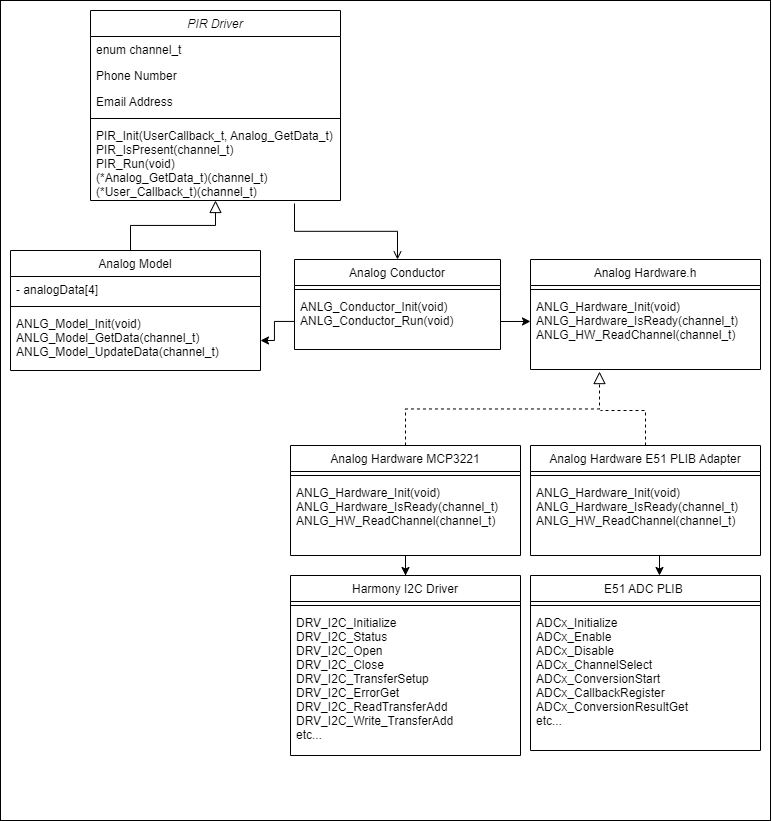
This is media/PirDriverUml.png from briantate/pir_presence, a draw.io export, as it was before one commit. Source tidied: cells renumbered, new cells last; positions are measured from the earlier drawing's top-left corner, leaving out a move shared by most shapes.
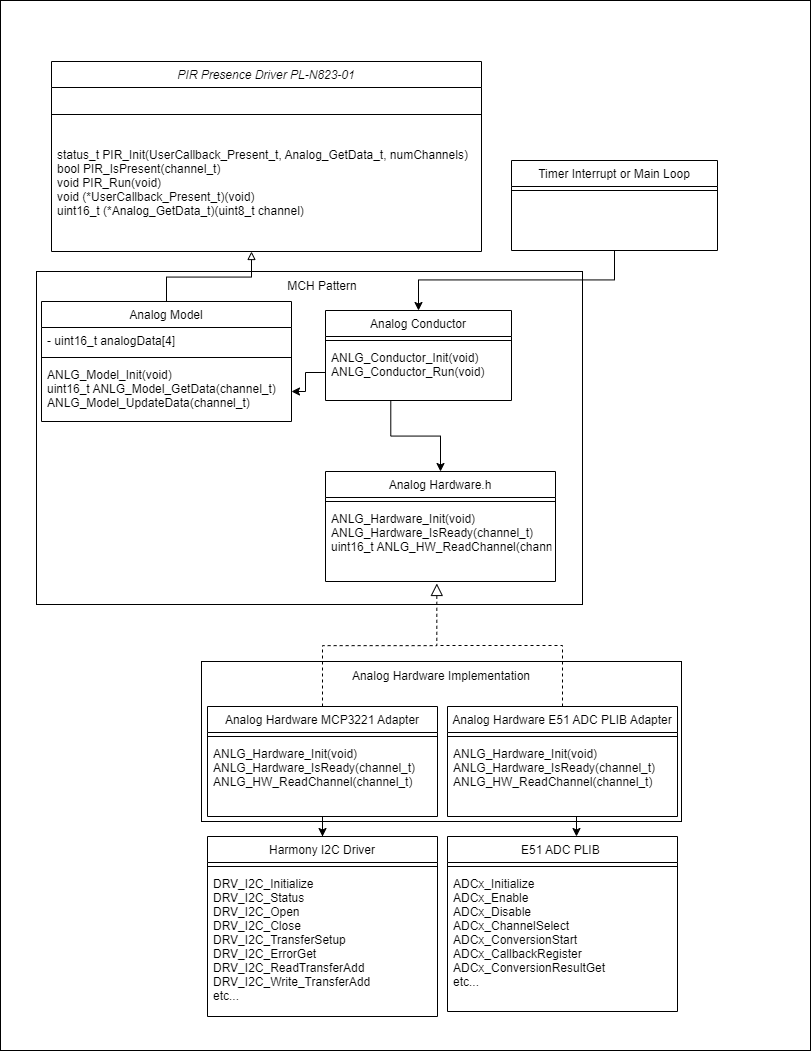
Later version of the same file.

The edit, as a diff of the source:
```diff
@@ -3,74 +3,66 @@
     <mxCell id="0" />
     <mxCell id="1" parent="0" />
     <mxCell id="2" style="rounded=0;whiteSpace=wrap;html=1;" parent="1" vertex="1">
-      <mxGeometry width="770" height="820" as="geometry" />
+      <mxGeometry x="-31" y="-51" width="810" height="1050" as="geometry" />
     </mxCell>
-    <mxCell id="3" value="PIR Driver" style="swimlane;fontStyle=2;align=center;verticalAlign=top;horizontal=1;startSize=26;rounded=0;shadow=0;strokeWidth=1;" parent="1" vertex="1">
-      <mxGeometry x="90" y="10" width="250" height="190" as="geometry" />
+    <mxCell id="3" value="PIR Presence Driver PL-N823-01" style="swimlane;fontStyle=2;align=center;verticalAlign=top;horizontal=1;startSize=26;rounded=0;shadow=0;strokeWidth=1;" parent="1" vertex="1">
+      <mxGeometry x="20" y="10" width="430" height="190" as="geometry" />
     </mxCell>
-    <mxCell id="4" value="enum channel_t" style="text;align=left;verticalAlign=top;spacingLeft=4;spacingRight=4;overflow=hidden;" parent="3" vertex="1">
-      <mxGeometry y="26" width="250" height="26" as="geometry" />
-    </mxCell>
-    <mxCell id="5" value="Phone Number" style="text;align=left;verticalAlign=top;spacingLeft=4;spacingRight=4;overflow=hidden;rounded=0;shadow=0;html=0;" parent="3" vertex="1">
-      <mxGeometry y="52" width="250" height="26" as="geometry" />
-    </mxCell>
-    <mxCell id="6" value="Email Address" style="text;align=left;verticalAlign=top;spacingLeft=4;spacingRight=4;overflow=hidden;rounded=0;shadow=0;html=0;" parent="3" vertex="1">
-      <mxGeometry y="78" width="250" height="26" as="geometry" />
-    </mxCell>
     <mxCell id="7" style="line;html=1;strokeWidth=1;align=left;verticalAlign=middle;spacingTop=-1;spacingLeft=3;spacingRight=3;labelPosition=right;" parent="3" vertex="1">
-      <mxGeometry y="104" width="250" height="8" as="geometry" />
+      <mxGeometry y="26" width="430" height="54" as="geometry" />
     </mxCell>
-    <mxCell id="8" value="PIR_Init(UserCallback_t, Analog_GetData_t)&#10;PIR_IsPresent(channel_t)&#10;PIR_Run(void)&#10;(*Analog_GetData_t)(channel_t)&#10;(*User_Callback_t)(channel_t)" style="text;align=left;verticalAlign=top;spacingLeft=4;spacingRight=4;overflow=hidden;points=[[0,0.5],[1,0.5]];portConstraint=eastwest;" parent="3" vertex="1">
-      <mxGeometry y="112" width="250" height="78" as="geometry" />
+    <mxCell id="8" value="status_t PIR_Init(UserCallback_Present_t, Analog_GetData_t, numChannels)&#10;bool PIR_IsPresent(channel_t)&#10;void PIR_Run(void)&#10;void (*UserCallback_Present_t)(void)&#10;uint16_t (*Analog_GetData_t)(uint8_t channel)" style="text;align=left;verticalAlign=top;spacingLeft=4;spacingRight=4;overflow=hidden;points=[[0,0.5],[1,0.5]];portConstraint=eastwest;" parent="3" vertex="1">
+      <mxGeometry y="80" width="430" height="78" as="geometry" />
     </mxCell>
-    <mxCell id="9" style="endArrow=block;endSize=10;endFill=0;shadow=0;strokeWidth=1;rounded=0;edgeStyle=elbowEdgeStyle;elbow=vertical;" parent="1" edge="1" target="3">
-      <mxGeometry relative="1" as="geometry">
-        <mxPoint x="130" y="250" as="sourcePoint" />
-      </mxGeometry>
-    </mxCell>
+    <mxCell id="39" style="rounded=0;whiteSpace=wrap;html=1;" parent="1" vertex="1">
+      <mxGeometry x="5" y="220" width="546" height="333" as="geometry" />
+    </mxCell>
     <mxCell id="10" value="Analog Conductor" style="swimlane;fontStyle=0;align=center;verticalAlign=top;horizontal=1;startSize=26;rounded=0;shadow=0;strokeWidth=1;" parent="1" vertex="1">
-      <mxGeometry x="294" y="259" width="206" height="90" as="geometry" />
+      <mxGeometry x="294" y="259" width="186" height="90" as="geometry" />
     </mxCell>
     <mxCell id="11" style="line;html=1;strokeWidth=1;align=left;verticalAlign=middle;spacingTop=-1;spacingLeft=3;spacingRight=3;labelPosition=right;" parent="10" vertex="1">
-      <mxGeometry y="26" width="206" height="8" as="geometry" />
+      <mxGeometry y="26" width="186" height="8" as="geometry" />
     </mxCell>
     <mxCell id="12" value="ANLG_Conductor_Init(void)&#10;ANLG_Conductor_Run(void)" style="text;align=left;verticalAlign=top;spacingLeft=4;spacingRight=4;overflow=hidden;points=[[0,0.5],[1,0.5]];portConstraint=eastwest;" parent="10" vertex="1">
-      <mxGeometry y="34" width="206" height="56" as="geometry" />
+      <mxGeometry y="34" width="186" height="56" as="geometry" />
     </mxCell>
-    <mxCell id="13" style="endArrow=open;shadow=0;strokeWidth=1;rounded=0;endFill=1;edgeStyle=elbowEdgeStyle;elbow=vertical;exitX=0.816;exitY=1.038;exitDx=0;exitDy=0;exitPerimeter=0;" parent="1" edge="1" source="8" target="10">
+    <mxCell id="13" style="endArrow=classic;shadow=0;strokeWidth=1;rounded=0;endFill=1;edgeStyle=elbowEdgeStyle;elbow=vertical;exitX=0.5;exitY=1;exitDx=0;exitDy=0;" parent="1" edge="1" source="42" target="10">
       <mxGeometry x="0.5" y="41" relative="1" as="geometry">
         <mxPoint x="-40" y="32" as="offset" />
       </mxGeometry>
     </mxCell>
     <mxCell id="14" value="Analog Hardware.h" style="swimlane;fontStyle=0;align=center;verticalAlign=top;horizontal=1;startSize=26;rounded=0;shadow=0;strokeWidth=1;" parent="1" vertex="1">
-      <mxGeometry x="530" y="259" width="230" height="110" as="geometry" />
+      <mxGeometry x="294" y="420" width="230" height="110" as="geometry" />
     </mxCell>
     <mxCell id="15" style="line;html=1;strokeWidth=1;align=left;verticalAlign=middle;spacingTop=-1;spacingLeft=3;spacingRight=3;labelPosition=right;" parent="14" vertex="1">
       <mxGeometry y="26" width="230" height="8" as="geometry" />
     </mxCell>
-    <mxCell id="16" value="ANLG_Hardware_Init(void)&#10;ANLG_Hardware_IsReady(channel_t)&#10;ANLG_HW_ReadChannel(channel_t)" style="text;align=left;verticalAlign=top;spacingLeft=4;spacingRight=4;overflow=hidden;points=[[0,0.5],[1,0.5]];portConstraint=eastwest;" parent="14" vertex="1">
+    <mxCell id="16" value="ANLG_Hardware_Init(void)&#10;ANLG_Hardware_IsReady(channel_t)&#10;uint16_t ANLG_HW_ReadChannel(channel_t)" style="text;align=left;verticalAlign=top;spacingLeft=4;spacingRight=4;overflow=hidden;points=[[0,0.5],[1,0.5]];portConstraint=eastwest;" parent="14" vertex="1">
       <mxGeometry y="34" width="230" height="76" as="geometry" />
     </mxCell>
-    <mxCell id="17" style="edgeStyle=orthogonalEdgeStyle;rounded=0;jettySize=auto;html=1;exitX=1;exitY=0.5;exitDx=0;exitDy=0;entryX=0;entryY=0.368;entryDx=0;entryDy=0;entryPerimeter=0;" parent="1" edge="1" source="12" target="16">
+    <mxCell id="17" style="edgeStyle=orthogonalEdgeStyle;rounded=0;jettySize=auto;html=1;exitX=0.351;exitY=1.011;exitDx=0;exitDy=0;entryX=0.5;entryY=0;entryDx=0;entryDy=0;exitPerimeter=0;" parent="1" edge="1" source="12" target="14">
       <mxGeometry relative="1" as="geometry" />
     </mxCell>
     <mxCell id="18" value="Analog Model" style="swimlane;fontStyle=0;align=center;verticalAlign=top;horizontal=1;startSize=26;rounded=0;shadow=0;strokeWidth=1;" parent="1" vertex="1">
       <mxGeometry x="10" y="250" width="250" height="120" as="geometry" />
     </mxCell>
-    <mxCell id="19" value="- analogData[4]" style="text;align=left;verticalAlign=top;spacingLeft=4;spacingRight=4;overflow=hidden;" parent="18" vertex="1">
+    <mxCell id="19" value="- uint16_t analogData[4]" style="text;align=left;verticalAlign=top;spacingLeft=4;spacingRight=4;overflow=hidden;" parent="18" vertex="1">
       <mxGeometry y="26" width="250" height="26" as="geometry" />
     </mxCell>
     <mxCell id="20" style="line;html=1;strokeWidth=1;align=left;verticalAlign=middle;spacingTop=-1;spacingLeft=3;spacingRight=3;labelPosition=right;" parent="18" vertex="1">
       <mxGeometry y="52" width="250" height="8" as="geometry" />
     </mxCell>
-    <mxCell id="21" value="ANLG_Model_Init(void)&#10;ANLG_Model_GetData(channel_t)&#10;ANLG_Model_UpdateData(channel_t)" style="text;align=left;verticalAlign=top;spacingLeft=4;spacingRight=4;overflow=hidden;points=[[0,0.5],[1,0.5]];portConstraint=eastwest;" parent="18" vertex="1">
+    <mxCell id="21" value="ANLG_Model_Init(void)&#10;uint16_t ANLG_Model_GetData(channel_t)&#10;ANLG_Model_UpdateData(channel_t)" style="text;align=left;verticalAlign=top;spacingLeft=4;spacingRight=4;overflow=hidden;points=[[0,0.5],[1,0.5]];portConstraint=eastwest;" parent="18" vertex="1">
       <mxGeometry y="60" width="250" height="60" as="geometry" />
     </mxCell>
     <mxCell id="22" style="edgeStyle=orthogonalEdgeStyle;rounded=0;jettySize=auto;html=1;" parent="1" edge="1" source="12" target="21">
       <mxGeometry relative="1" as="geometry" />
     </mxCell>
+    <mxCell id="40" style="rounded=0;whiteSpace=wrap;html=1;" parent="1" vertex="1">
+      <mxGeometry x="170" y="610" width="480" height="160" as="geometry" />
+    </mxCell>
-    <mxCell id="23" value="Analog Hardware MCP3221" style="swimlane;fontStyle=0;align=center;verticalAlign=top;horizontal=1;startSize=26;rounded=0;shadow=0;strokeWidth=1;" parent="1" vertex="1">
-      <mxGeometry x="290" y="445" width="230" height="110" as="geometry" />
+    <mxCell id="23" value="Analog Hardware MCP3221 Adapter" style="swimlane;fontStyle=0;align=center;verticalAlign=top;horizontal=1;startSize=26;rounded=0;shadow=0;strokeWidth=1;" parent="1" vertex="1">
+      <mxGeometry x="176" y="655" width="230" height="110" as="geometry" />
     </mxCell>
     <mxCell id="24" style="line;html=1;strokeWidth=1;align=left;verticalAlign=middle;spacingTop=-1;spacingLeft=3;spacingRight=3;labelPosition=right;" parent="23" vertex="1">
       <mxGeometry y="26" width="230" height="8" as="geometry" />
@@ -80,14 +72,14 @@
     </mxCell>
     <mxCell id="26" style="edgeStyle=orthogonalEdgeStyle;rounded=0;jettySize=auto;html=1;exitX=0.5;exitY=0;exitDx=0;exitDy=0;dashed=1;endArrow=none;endFill=0;" parent="1" edge="1" source="27">
       <mxGeometry relative="1" as="geometry">
-        <mxPoint x="600" y="410" as="targetPoint" />
+        <mxPoint x="406" y="594" as="targetPoint" />
         <Array as="points">
-          <mxPoint x="645" y="410" />
+          <mxPoint x="531" y="594" />
         </Array>
       </mxGeometry>
     </mxCell>
-    <mxCell id="27" value="Analog Hardware E51 PLIB Adapter" style="swimlane;fontStyle=0;align=center;verticalAlign=top;horizontal=1;startSize=26;rounded=0;shadow=0;strokeWidth=1;" parent="1" vertex="1">
-      <mxGeometry x="530" y="445" width="230" height="110" as="geometry" />
+    <mxCell id="27" value="Analog Hardware E51 ADC PLIB Adapter" style="swimlane;fontStyle=0;align=center;verticalAlign=top;horizontal=1;startSize=26;rounded=0;shadow=0;strokeWidth=1;" parent="1" vertex="1">
+      <mxGeometry x="416" y="655" width="230" height="110" as="geometry" />
     </mxCell>
     <mxCell id="28" style="line;html=1;strokeWidth=1;align=left;verticalAlign=middle;spacingTop=-1;spacingLeft=3;spacingRight=3;labelPosition=right;" parent="27" vertex="1">
       <mxGeometry y="26" width="230" height="8" as="geometry" />
@@ -96,7 +88,7 @@
       <mxGeometry y="34" width="230" height="76" as="geometry" />
     </mxCell>
     <mxCell id="30" value="E51 ADC PLIB " style="swimlane;fontStyle=0;align=center;verticalAlign=top;horizontal=1;startSize=26;rounded=0;shadow=0;strokeWidth=1;" parent="1" vertex="1">
-      <mxGeometry x="530" y="575" width="230" height="175" as="geometry" />
+      <mxGeometry x="416" y="785" width="230" height="175" as="geometry" />
     </mxCell>
     <mxCell id="31" style="line;html=1;strokeWidth=1;align=left;verticalAlign=middle;spacingTop=-1;spacingLeft=3;spacingRight=3;labelPosition=right;" parent="30" vertex="1">
       <mxGeometry y="26" width="230" height="8" as="geometry" />
@@ -104,11 +96,11 @@
     <mxCell id="32" value="ADCx_Initialize&#10;ADCx_Enable&#10;ADCx_Disable&#10;ADCx_ChannelSelect&#10;ADCx_ConversionStart&#10;ADCx_CallbackRegister&#10;ADCx_ConversionResultGet&#10;etc..." style="text;align=left;verticalAlign=top;spacingLeft=4;spacingRight=4;overflow=hidden;" parent="30" vertex="1">
       <mxGeometry y="34" width="230" height="126" as="geometry" />
     </mxCell>
-    <mxCell id="33" style="endArrow=block;endSize=10;endFill=0;shadow=0;strokeWidth=1;rounded=0;edgeStyle=elbowEdgeStyle;elbow=vertical;exitX=0.5;exitY=0;exitDx=0;exitDy=0;dashed=1;entryX=0.3;entryY=1.027;entryDx=0;entryDy=0;entryPerimeter=0;" parent="1" edge="1" source="23" target="16">
+    <mxCell id="33" style="endArrow=block;endSize=10;endFill=0;shadow=0;strokeWidth=1;rounded=0;edgeStyle=elbowEdgeStyle;elbow=vertical;exitX=0.5;exitY=0;exitDx=0;exitDy=0;dashed=1;entryX=0.484;entryY=1.026;entryDx=0;entryDy=0;entryPerimeter=0;" parent="1" edge="1" source="23" target="16">
       <mxGeometry relative="1" as="geometry" />
     </mxCell>
     <mxCell id="34" value="Harmony I2C Driver" style="swimlane;fontStyle=0;align=center;verticalAlign=top;horizontal=1;startSize=26;rounded=0;shadow=0;strokeWidth=1;" parent="1" vertex="1">
-      <mxGeometry x="290" y="575" width="230" height="180" as="geometry" />
+      <mxGeometry x="176" y="785" width="230" height="180" as="geometry" />
     </mxCell>
     <mxCell id="35" style="line;html=1;strokeWidth=1;align=left;verticalAlign=middle;spacingTop=-1;spacingLeft=3;spacingRight=3;labelPosition=right;" parent="34" vertex="1">
       <mxGeometry y="26" width="230" height="8" as="geometry" />
@@ -121,9 +113,27 @@
     </mxCell>
     <mxCell id="38" style="edgeStyle=orthogonalEdgeStyle;rounded=0;orthogonalLoop=1;jettySize=auto;html=1;exitX=0.5;exitY=1;exitDx=0;exitDy=0;" parent="1" edge="1">
       <mxGeometry relative="1" as="geometry">
-        <mxPoint x="659" y="555" as="sourcePoint" />
-        <mxPoint x="659" y="575" as="targetPoint" />
+        <mxPoint x="545" y="765" as="sourcePoint" />
+        <mxPoint x="545" y="785" as="targetPoint" />
       </mxGeometry>
     </mxCell>
+    <mxCell id="41" style="endArrow=none;shadow=0;strokeWidth=1;rounded=0;endFill=0;edgeStyle=elbowEdgeStyle;elbow=vertical;entryX=0.5;entryY=0;entryDx=0;entryDy=0;startArrow=block;startFill=0;" parent="1" edge="1" target="18">
+      <mxGeometry x="0.5" y="41" relative="1" as="geometry">
+        <mxPoint x="220" y="200" as="sourcePoint" />
+        <mxPoint x="-40" y="32" as="offset" />
+      </mxGeometry>
+    </mxCell>
+    <mxCell id="42" value="Timer Interrupt or Main Loop" style="swimlane;fontStyle=0;align=center;verticalAlign=top;horizontal=1;startSize=26;rounded=0;shadow=0;strokeWidth=1;" parent="1" vertex="1">
+      <mxGeometry x="480" y="109" width="206" height="90" as="geometry" />
+    </mxCell>
+    <mxCell id="43" style="line;html=1;strokeWidth=1;align=left;verticalAlign=middle;spacingTop=-1;spacingLeft=3;spacingRight=3;labelPosition=right;" parent="42" vertex="1">
+      <mxGeometry y="26" width="206" height="8" as="geometry" />
+    </mxCell>
+    <mxCell id="44" value="Analog Hardware Implementation" style="text;html=1;strokeColor=none;fillColor=none;align=center;verticalAlign=middle;whiteSpace=wrap;rounded=0;" parent="1" vertex="1">
+      <mxGeometry x="310" y="610" width="200" height="30" as="geometry" />
+    </mxCell>
+    <mxCell id="45" value="MCH Pattern" style="text;html=1;strokeColor=none;fillColor=none;align=center;verticalAlign=middle;whiteSpace=wrap;rounded=0;" parent="1" vertex="1">
+      <mxGeometry x="191" y="220" width="200" height="30" as="geometry" />
+    </mxCell>
   </root>
 </mxGraphModel>
```
